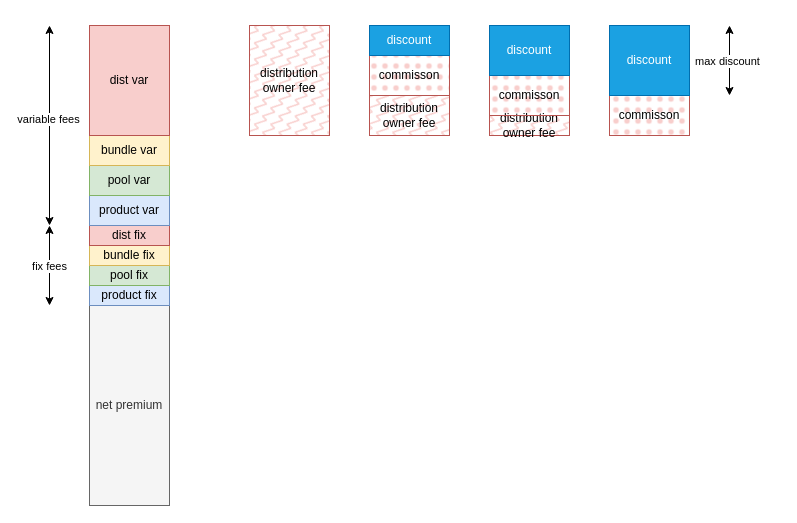
Before: docs_manual/distribution_fee.drawio in etherisc/gif-next, a draw.io diagram. Source tidied: cells renumbered, new cells numbered last; positions are measured from the earlier drawing's top-left corner, leaving out a move shared by most shapes. Both pictures are drawn from the tidied source at 100%, with x=0, y=0 at pixel (49, 25).
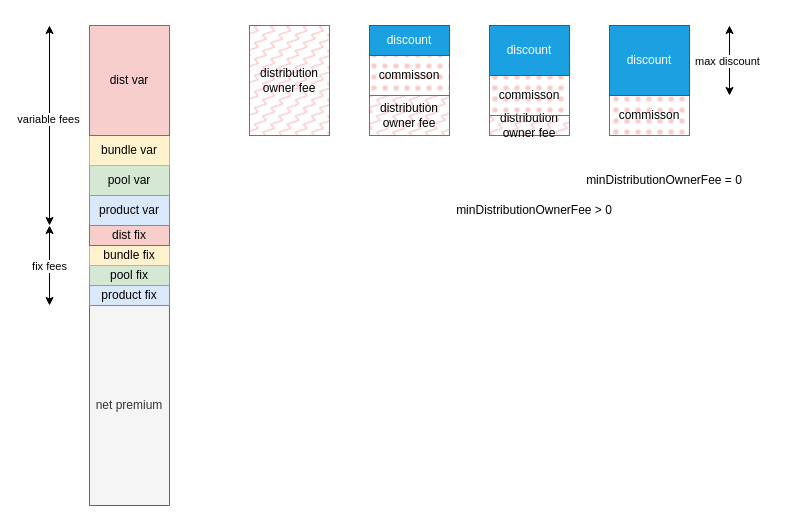
Above is the later version.

Diff of the diagram source:
```diff
@@
+    <mxCell id="26" value="minDistributionOwnerFee = 0" style="text;html=1;align=center;verticalAlign=middle;whiteSpace=wrap;rounded=0;" parent="1" vertex="1">
+      <mxGeometry x="500" y="140" width="230" height="30" as="geometry" />
+    </mxCell>
+    <mxCell id="27" value="minDistributionOwnerFee &amp;gt; 0" style="text;html=1;align=center;verticalAlign=middle;whiteSpace=wrap;rounded=0;" parent="1" vertex="1">
+      <mxGeometry x="370" y="170" width="230" height="30" as="geometry" />
+    </mxCell>
```
